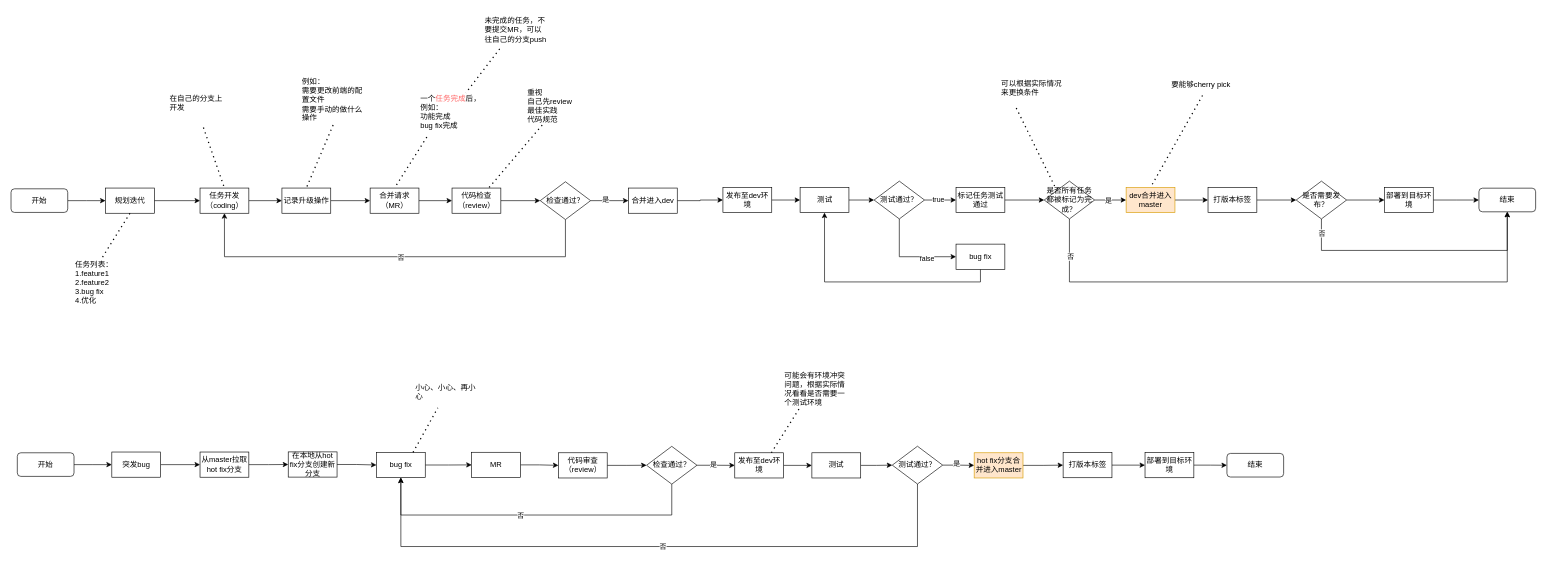
Earlier version of the draw.io diagram page "工作流" (3 of 5) of 平台发布.drawio (ProgrammerLZ/drawio). Source tidied: cells renumbered, new cells numbered last; positions are measured from the earlier drawing's top-left corner, leaving out a move shared by most shapes. Both pictures are drawn from the tidied source at 63%, with x=0, y=0 at pixel (11, 11).
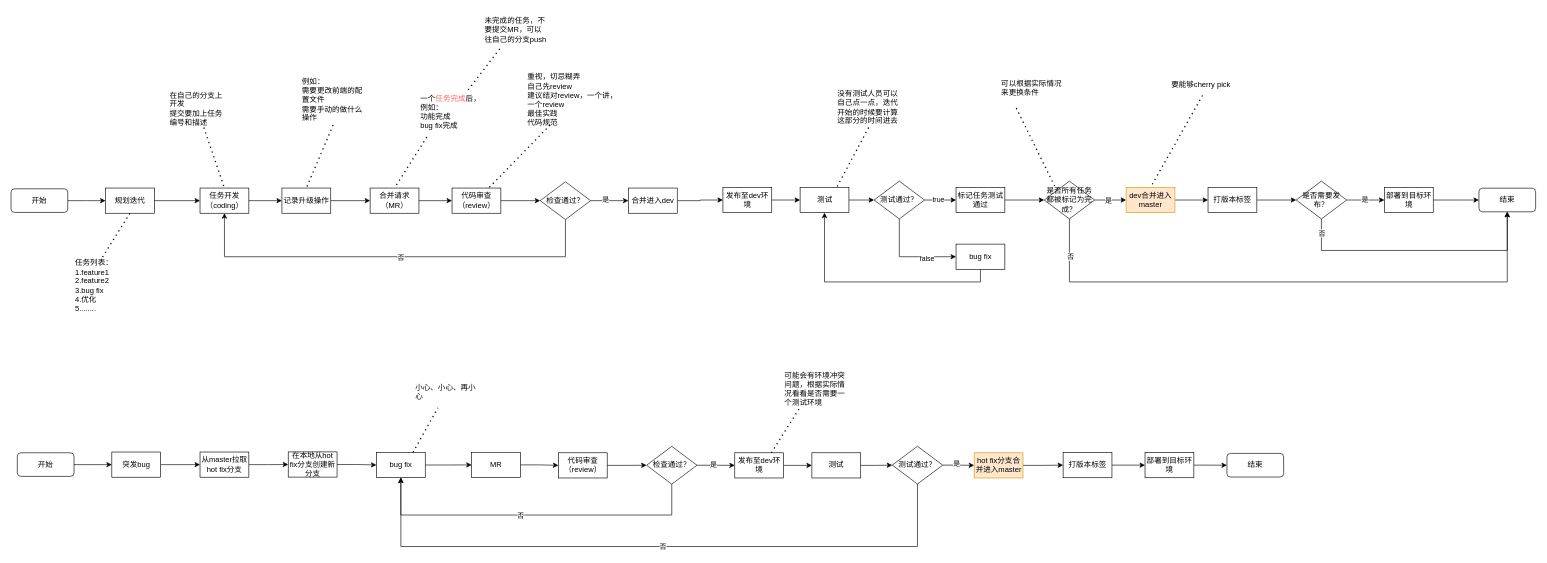
Above is the later version.

Unchanged cells that the change refers to:
```xml
<mxCell id="24" value="测试" style="rounded=0;whiteSpace=wrap;html=1;" parent="1" vertex="1">
  <mxGeometry x="1252.5" y="280" width="77.5" height="40" as="geometry" />
</mxCell>
<mxCell id="56" style="edgeStyle=orthogonalEdgeStyle;rounded=0;jettySize=auto;html=1;" parent="1" edge="1" source="57" target="59">
  <mxGeometry relative="1" as="geometry" />
</mxCell>
```

The edit, as a diff of the source:
```diff
@@
-    <mxCell id="11" value="&lt;div&gt;任务列表：&lt;/div&gt;1.feature1&lt;div&gt;2.feature2&lt;/div&gt;&lt;div&gt;3.bug fix&lt;/div&gt;&lt;div&gt;4.优化&lt;/div&gt;" style="text;html=1;align=left;verticalAlign=middle;whiteSpace=wrap;rounded=0;" parent="1" vertex="1">
-      <mxGeometry x="100" y="391" width="90" height="80" as="geometry" />
+    <mxCell id="11" value="&lt;div&gt;任务列表：&lt;/div&gt;1.feature1&lt;div&gt;2.feature2&lt;/div&gt;&lt;div&gt;3.bug fix&lt;/div&gt;&lt;div&gt;4.优化&lt;/div&gt;&lt;div&gt;5........&lt;/div&gt;" style="text;html=1;align=left;verticalAlign=middle;whiteSpace=wrap;rounded=0;" parent="1" vertex="1">
+      <mxGeometry x="100" y="391" width="90" height="89" as="geometry" />
     </mxCell>
@@
-    <mxCell id="13" value="代码检查（review）" style="rounded=0;whiteSpace=wrap;html=1;" parent="1" vertex="1">
+    <mxCell id="13" value="代码审查（review）" style="rounded=0;whiteSpace=wrap;html=1;" parent="1" vertex="1">
       <mxGeometry x="700" y="281" width="77.5" height="40" as="geometry" />
     </mxCell>
@@
-    <mxCell id="33" value="在自己的分支上开发" style="text;html=1;align=left;verticalAlign=top;whiteSpace=wrap;rounded=0;" parent="1" vertex="1">
-      <mxGeometry x="250" y="125" width="90" height="60" as="geometry" />
+    <mxCell id="33" value="在自己的分支上开发&lt;div&gt;提交要加上任务编号和描述&lt;/div&gt;" style="text;html=1;align=left;verticalAlign=top;whiteSpace=wrap;rounded=0;" parent="1" vertex="1">
+      <mxGeometry x="250" y="120" width="90" height="65" as="geometry" />
     </mxCell>
@@
+    <mxCell id="105" value="是" style="edgeLabel;html=1;align=center;verticalAlign=middle;" parent="56" vertex="1">
+      <mxGeometry x="-0.07" y="1" relative="1" as="geometry" />
+    </mxCell>
@@
-    <mxCell id="72" value="重视&lt;div&gt;自己先review&lt;/div&gt;&lt;div&gt;最佳实践&lt;/div&gt;&lt;div&gt;代码规范&lt;/div&gt;" style="text;html=1;align=left;verticalAlign=middle;whiteSpace=wrap;rounded=0;" parent="1" vertex="1">
-      <mxGeometry x="817.5" y="121" width="102.5" height="60" as="geometry" />
+    <mxCell id="72" value="重视，切忌糊弄&lt;div&gt;自己先review&lt;/div&gt;&lt;div&gt;建议结对review，一个讲，一个review&lt;/div&gt;&lt;div&gt;最佳实践&lt;/div&gt;&lt;div&gt;代码规范&lt;/div&gt;" style="text;html=1;align=left;verticalAlign=middle;whiteSpace=wrap;rounded=0;" parent="1" vertex="1">
+      <mxGeometry x="817.5" y="100" width="152.5" height="81" as="geometry" />
     </mxCell>
@@
+    <mxCell id="106" value="没有测试人员可以自己点一点，迭代开始的时候要计算这部分的时间进去" style="text;html=1;align=left;verticalAlign=middle;whiteSpace=wrap;rounded=0;" parent="1" vertex="1">
+      <mxGeometry x="1310" y="121" width="102.5" height="64" as="geometry" />
+    </mxCell>
+    <mxCell id="107" style="endArrow=none;dashed=1;html=1;dashPattern=1 3;strokeWidth=2;rounded=0;exitX=0.5;exitY=1;exitDx=0;exitDy=0;entryX=0.75;entryY=0;entryDx=0;entryDy=0;" parent="1" edge="1" source="106" target="24">
+      <mxGeometry relative="1" as="geometry" />
+    </mxCell>
```
